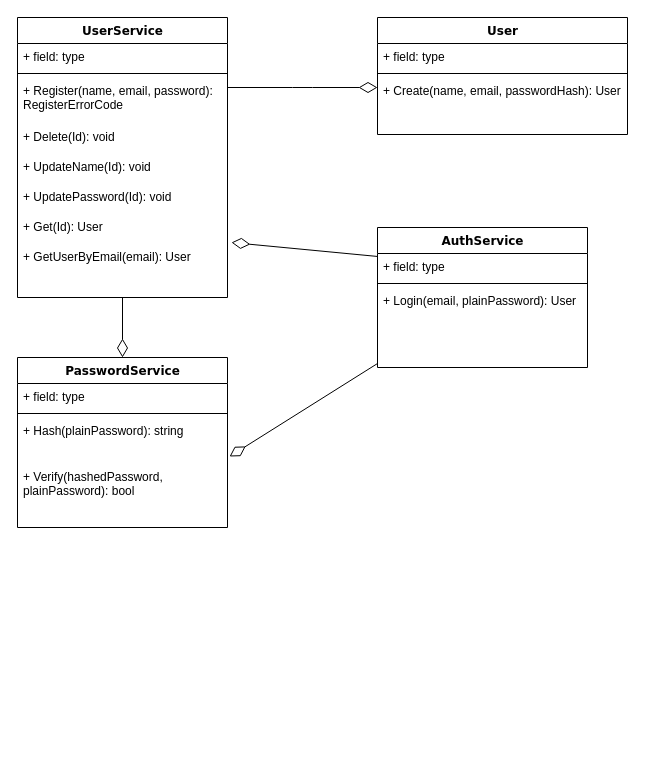
This is App/Documents/ClassDiagram.drawio from KakoFujimoto/MinTwitterApp, a draw.io file, before an edit. Source tidied: cells renumbered, new cells numbered last; positions are measured from the earlier drawing's top-left corner, leaving out a move shared by most shapes. Both pictures are drawn from the tidied source at 100%, with x=0, y=0 at pixel (17, 17).
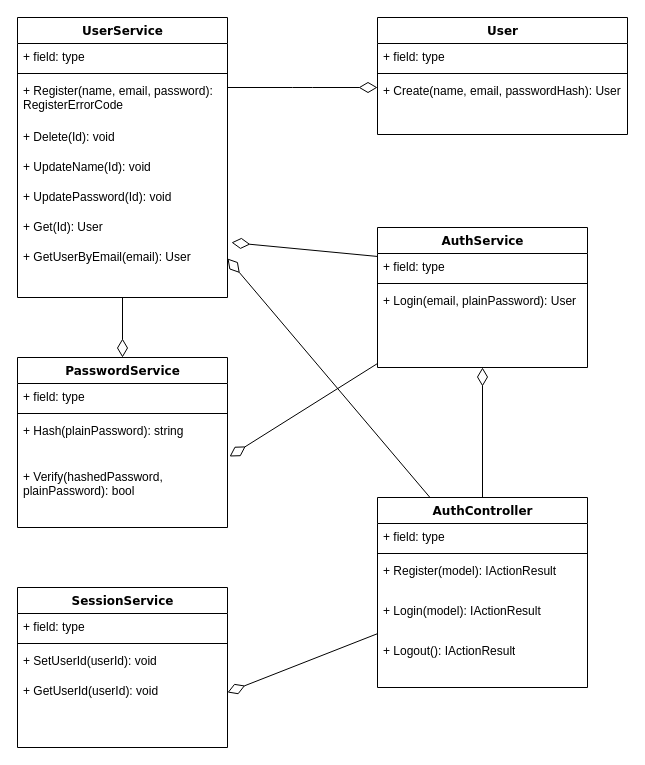
After the change.

Commit message (it also covers changes not shown here):
AuthControllerのLogoutでSessionServiceを使うように

Unchanged cells that the change refers to:
```xml
<mxCell id="11" value="+ GetUserByEmail&lt;span style=&quot;color: rgb(0, 0, 0);&quot;&gt;(email)&lt;/span&gt;: User" style="text;html=1;strokeColor=none;fillColor=none;align=left;verticalAlign=top;spacingLeft=4;spacingRight=4;whiteSpace=wrap;overflow=hidden;points=[[0,0.5],[1,0.5]];portConstraint=eastwest;" parent="3" vertex="1">
  <mxGeometry y="226" width="210" height="30" as="geometry" />
</mxCell>
<mxCell id="22" value="AuthService" style="swimlane;html=1;fontStyle=1;align=center;verticalAlign=top;horizontal=1;startSize=26;swimlaneFillColor=#ffffff;rounded=0;shadow=0;comic=0;labelBackgroundColor=none;strokeWidth=1;fillColor=none;fontFamily=Verdana;fontSize=12;" parent="1" vertex="1">
  <mxGeometry x="360" y="210" width="210" height="140" as="geometry" />
</mxCell>
```

Diff of the diagram source:
```diff
@@
+    <mxCell id="28" value="SessionService" style="swimlane;html=1;fontStyle=1;align=center;verticalAlign=top;horizontal=1;startSize=26;swimlaneFillColor=#ffffff;rounded=0;shadow=0;comic=0;labelBackgroundColor=none;strokeWidth=1;fillColor=none;fontFamily=Verdana;fontSize=12;" parent="1" vertex="1">
+      <mxGeometry y="570" width="210" height="160" as="geometry" />
+    </mxCell>
+    <mxCell id="29" value="+ field: type" style="text;html=1;strokeColor=none;fillColor=none;align=left;verticalAlign=top;spacingLeft=4;spacingRight=4;whiteSpace=wrap;overflow=hidden;" parent="28" vertex="1">
+      <mxGeometry y="26" width="210" height="26" as="geometry" />
+    </mxCell>
+    <mxCell id="30" style="line;html=1;strokeWidth=1;fillColor=none;align=left;verticalAlign=middle;spacingTop=-1;spacingLeft=3;spacingRight=3;labelPosition=right;" parent="28" vertex="1">
+      <mxGeometry y="52" width="210" height="8" as="geometry" />
+    </mxCell>
+    <mxCell id="31" value="+ SetUserId(userId): void" style="text;html=1;strokeColor=none;fillColor=none;align=left;verticalAlign=top;spacingLeft=4;spacingRight=4;whiteSpace=wrap;overflow=hidden;" parent="28" vertex="1">
+      <mxGeometry y="60" width="210" height="30" as="geometry" />
+    </mxCell>
+    <mxCell id="32" value="+ GetUserId(userId): void" style="text;html=1;strokeColor=none;fillColor=none;align=left;verticalAlign=top;spacingLeft=4;spacingRight=4;whiteSpace=wrap;overflow=hidden;points=[[0,0.5],[1,0.5]];portConstraint=eastwest;" parent="28" vertex="1">
+      <mxGeometry y="90" width="210" height="30" as="geometry" />
+    </mxCell>
+    <mxCell id="33" style="edgeStyle=none;html=1;exitX=0.5;exitY=0;exitDx=0;exitDy=0;entryX=0.5;entryY=1;entryDx=0;entryDy=0;endArrow=diamondThin;endFill=0;endSize=16;" parent="1" edge="1" source="35" target="22">
+      <mxGeometry relative="1" as="geometry" />
+    </mxCell>
+    <mxCell id="34" style="edgeStyle=none;html=1;exitX=0.25;exitY=0;exitDx=0;exitDy=0;entryX=1;entryY=0.5;entryDx=0;entryDy=0;endArrow=diamondThin;endFill=0;endSize=16;" parent="1" edge="1" source="35" target="11">
+      <mxGeometry relative="1" as="geometry" />
+    </mxCell>
+    <mxCell id="35" value="AuthController" style="swimlane;html=1;fontStyle=1;align=center;verticalAlign=top;horizontal=1;startSize=26;swimlaneFillColor=#ffffff;rounded=0;shadow=0;comic=0;labelBackgroundColor=none;strokeWidth=1;fillColor=none;fontFamily=Verdana;fontSize=12;" parent="1" vertex="1">
+      <mxGeometry x="360" y="480" width="210" height="190" as="geometry" />
+    </mxCell>
+    <mxCell id="36" value="+ field: type" style="text;html=1;strokeColor=none;fillColor=none;align=left;verticalAlign=top;spacingLeft=4;spacingRight=4;whiteSpace=wrap;overflow=hidden;" parent="35" vertex="1">
+      <mxGeometry y="26" width="210" height="26" as="geometry" />
+    </mxCell>
+    <mxCell id="37" style="line;html=1;strokeWidth=1;fillColor=none;align=left;verticalAlign=middle;spacingTop=-1;spacingLeft=3;spacingRight=3;labelPosition=right;" parent="35" vertex="1">
+      <mxGeometry y="52" width="210" height="8" as="geometry" />
+    </mxCell>
+    <mxCell id="38" value="+ Register(model): IActionResult" style="text;html=1;strokeColor=none;fillColor=none;align=left;verticalAlign=top;spacingLeft=4;spacingRight=4;whiteSpace=wrap;overflow=hidden;" parent="35" vertex="1">
+      <mxGeometry y="60" width="210" height="40" as="geometry" />
+    </mxCell>
+    <mxCell id="39" value="+ Login(model): IActionResult" style="text;html=1;strokeColor=none;fillColor=none;align=left;verticalAlign=top;spacingLeft=4;spacingRight=4;whiteSpace=wrap;overflow=hidden;" parent="35" vertex="1">
+      <mxGeometry y="100" width="210" height="40" as="geometry" />
+    </mxCell>
+    <mxCell id="40" value="+ Logout(): IActionResult" style="text;html=1;strokeColor=none;fillColor=none;align=left;verticalAlign=top;spacingLeft=4;spacingRight=4;whiteSpace=wrap;overflow=hidden;" parent="35" vertex="1">
+      <mxGeometry y="140" width="210" height="40" as="geometry" />
+    </mxCell>
+    <mxCell id="41" style="edgeStyle=none;html=1;entryX=1;entryY=0.5;entryDx=0;entryDy=0;endArrow=diamondThin;endFill=0;endSize=16;" parent="1" edge="1" source="35" target="32">
+      <mxGeometry relative="1" as="geometry" />
+    </mxCell>
```
